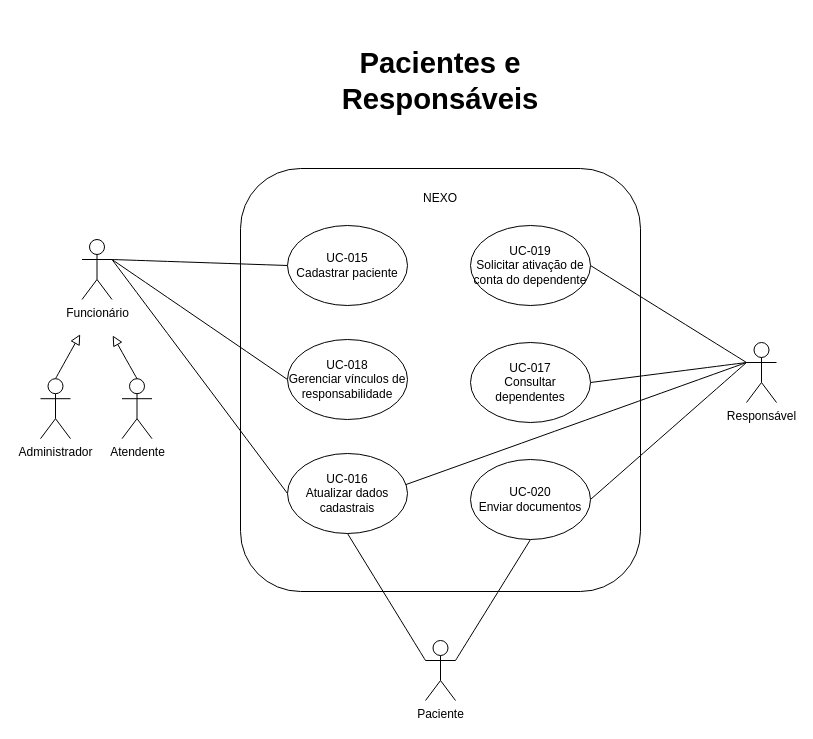
Earlier version of the draw.io diagram page "Página-3" (3 of 10) of diagramas/casos-de-uso/diagramas-casos-de-uso.drawio (devcaline/nexo-modelagem). Source tidied: cells renumbered, new cells numbered last; positions are measured from the earlier drawing's top-left corner, leaving out a move shared by most shapes. Both pictures are drawn from the tidied source at 100%, with x=0, y=0 at pixel (40, 66).
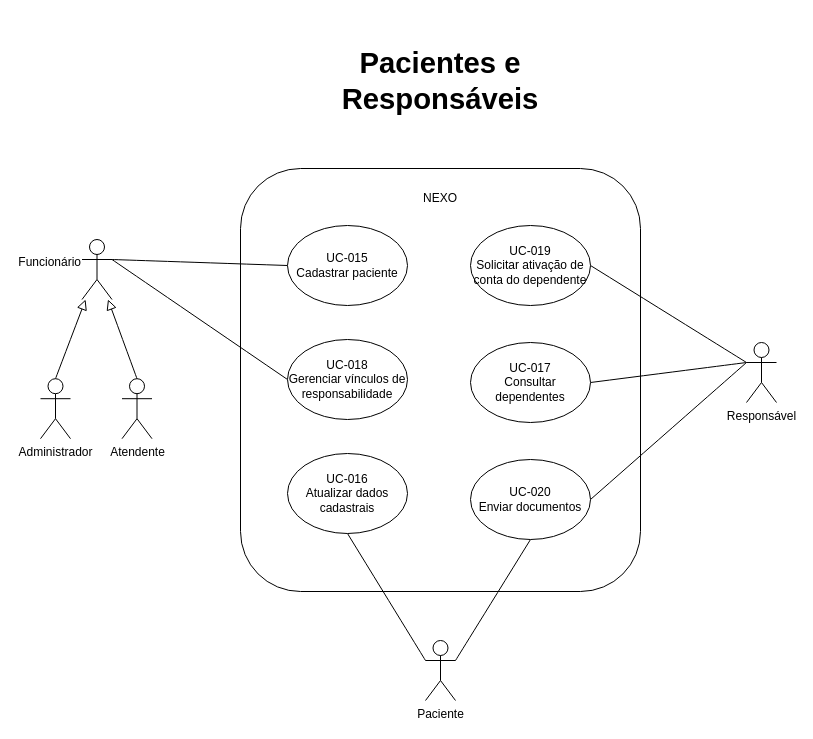
After the change.

The change refers to these unchanged cells:
```xml
<mxCell id="7" value="Atendente" style="shape=umlActor;verticalLabelPosition=bottom;verticalAlign=top;html=1;outlineConnect=0;" parent="1" vertex="1">
  <mxGeometry x="81.5" y="312.2" width="30" height="60" as="geometry" />
</mxCell>
<mxCell id="11" value="Responsável" style="shape=umlActor;verticalLabelPosition=bottom;verticalAlign=top;html=1;outlineConnect=0;" parent="1" vertex="1">
  <mxGeometry x="706" y="276" width="30" height="60" as="geometry" />
</mxCell>
<mxCell id="19" value="UC-016&lt;br&gt;Atualizar dados cadastrais" style="ellipse;whiteSpace=wrap;html=1;shapeInside=1;" parent="1" vertex="1">
  <mxGeometry x="247" y="387" width="120" height="80" as="geometry" />
</mxCell>
<mxCell id="25" value="Administrador&lt;div&gt;&lt;br&gt;&lt;/div&gt;" style="shape=umlActor;verticalLabelPosition=bottom;verticalAlign=top;html=1;outlineConnect=0;" parent="1" vertex="1">
  <mxGeometry y="312.2" width="30" height="60" as="geometry" />
</mxCell>
```

Diff of the diagram source:
```diff
@@
-    <mxCell id="4" style="edgeStyle=none;curved=1;rounded=0;curveGeometry=1;jettySize=auto;html=1;exitX=1;exitY=0.3333333333333333;exitDx=0;exitDy=0;exitPerimeter=0;entryX=0;entryY=0.5;entryDx=0;entryDy=0;fontSize=12;startSize=8;endSize=8;endArrow=none;endFill=0;" parent="1" edge="1" source="6" target="19">
-      <mxGeometry relative="1" as="geometry" />
-    </mxCell>
@@
-    <mxCell id="6" value="&lt;div&gt;Funcionário&lt;/div&gt;&lt;div&gt;&lt;br&gt;&lt;/div&gt;" style="shape=umlActor;verticalLabelPosition=bottom;verticalAlign=top;html=1;outlineConnect=0;" parent="1" vertex="1">
+    <mxCell id="6" value="&lt;div&gt;Funcionário&lt;/div&gt;&lt;div&gt;&lt;br&gt;&lt;/div&gt;" style="shape=umlActor;labelPosition=left;verticalLabelPosition=middle;align=right;verticalAlign=middle;html=1;outlineConnect=0;" parent="1" vertex="1">
       <mxGeometry x="41.5" y="173" width="30" height="60" as="geometry" />
     </mxCell>
@@
-    <mxCell id="21" style="edgeStyle=none;curved=1;rounded=0;curveGeometry=1;jettySize=auto;html=1;exitX=0.5;exitY=0;exitDx=0;exitDy=0;exitPerimeter=0;fontSize=12;startSize=8;endSize=8;endArrow=block;endFill=0;" parent="1" edge="1" source="7">
-      <mxGeometry relative="1" as="geometry">
-        <mxPoint x="72.2" y="269" as="targetPoint" />
-      </mxGeometry>
+    <mxCell id="21" style="edgeStyle=none;curved=1;rounded=0;curveGeometry=1;jettySize=auto;html=1;exitX=0.5;exitY=0;exitDx=0;exitDy=0;exitPerimeter=0;fontSize=12;startSize=8;endSize=8;endArrow=block;endFill=0;" parent="1" edge="1" source="7" target="6">
+      <mxGeometry relative="1" as="geometry" />
     </mxCell>
@@
-    <mxCell id="24" style="edgeStyle=none;curved=1;rounded=0;curveGeometry=1;jettySize=auto;html=1;exitX=0.5;exitY=0;exitDx=0;exitDy=0;exitPerimeter=0;fontSize=12;startSize=8;endSize=8;endArrow=block;endFill=0;" parent="1" edge="1" source="25">
-      <mxGeometry relative="1" as="geometry">
-        <mxPoint x="39.7" y="267.8" as="targetPoint" />
-      </mxGeometry>
+    <mxCell id="24" style="edgeStyle=none;curved=1;rounded=0;curveGeometry=1;jettySize=auto;html=1;exitX=0.5;exitY=0;exitDx=0;exitDy=0;exitPerimeter=0;fontSize=12;startSize=8;endSize=8;endArrow=block;endFill=0;" parent="1" edge="1" source="25" target="6">
+      <mxGeometry relative="1" as="geometry" />
     </mxCell>
@@
-    <mxCell id="26" style="edgeStyle=none;curved=1;rounded=0;curveGeometry=1;jettySize=auto;html=1;exitX=0;exitY=0.3333333333333333;exitDx=0;exitDy=0;exitPerimeter=0;entryX=0.984;entryY=0.39;entryDx=0;entryDy=0;fontSize=12;startSize=8;endSize=8;entryPerimeter=0;endArrow=none;endFill=0;" parent="1" edge="1" source="11" target="19">
-      <mxGeometry relative="1" as="geometry" />
-    </mxCell>
```
